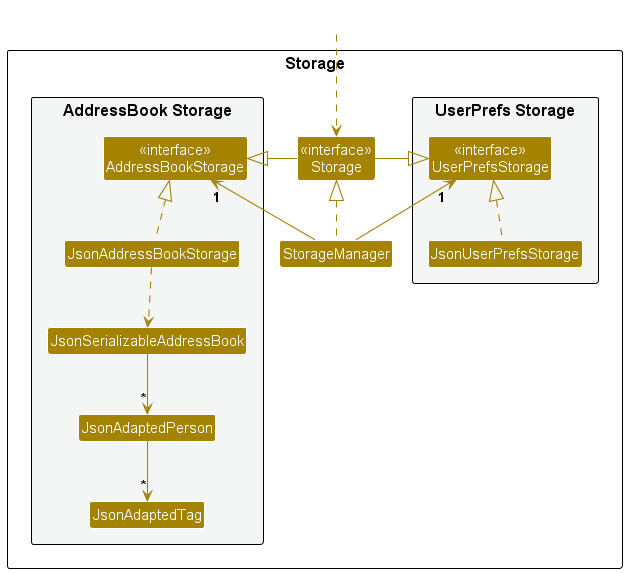
Before: docs/images/StorageClassDiagram.png, a diagram exported from PlantUML (nus-cs2103-AY2425S1/tp).
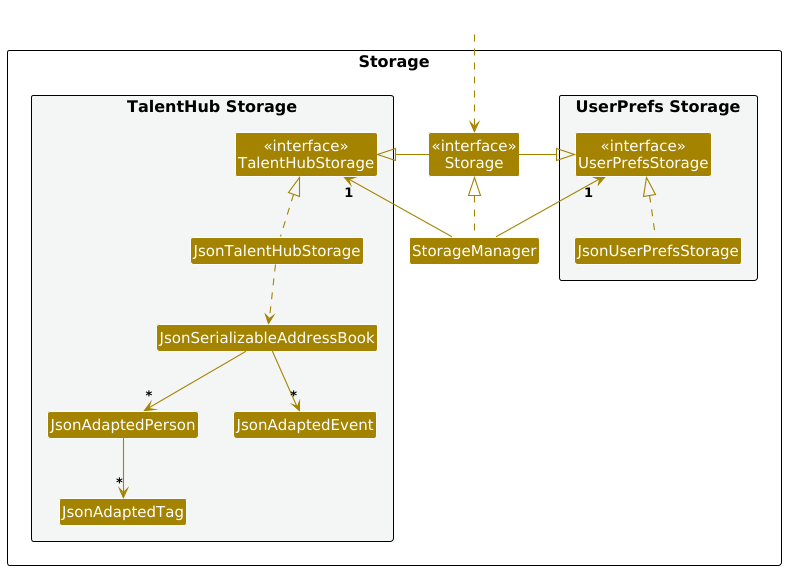
The same diagram one commit later.

Commit message:
Update storage uml diagram

Diff of the diagram source:
```diff
@@ -14,12 +14,13 @@
 Class "<<interface>>\nStorage" as Storage
 Class StorageManager
 
-package "AddressBook Storage" #F4F6F6{
-Class "<<interface>>\nAddressBookStorage" as AddressBookStorage
-Class JsonAddressBookStorage
+package "TalentHub Storage" #F4F6F6{
+Class "<<interface>>\nTalentHubStorage" as TalentHubStorage
+Class JsonTalentHubStorage
 Class JsonSerializableAddressBook
 Class JsonAdaptedPerson
 Class JsonAdaptedTag
+Class JsonAdaptedEvent
 }
 
 }
@@ -29,15 +30,16 @@
 
 StorageManager .up.|> Storage
 StorageManager -up-> "1" UserPrefsStorage
-StorageManager -up-> "1" AddressBookStorage
+StorageManager -up-> "1" TalentHubStorage
 
 Storage -left-|> UserPrefsStorage
-Storage -right-|> AddressBookStorage
+Storage -right-|> TalentHubStorage
 
 JsonUserPrefsStorage .up.|> UserPrefsStorage
-JsonAddressBookStorage .up.|> AddressBookStorage
-JsonAddressBookStorage ..> JsonSerializableAddressBook
+JsonTalentHubStorage .up.|> TalentHubStorage
+JsonTalentHubStorage ..> JsonSerializableAddressBook
 JsonSerializableAddressBook --> "*" JsonAdaptedPerson
 JsonAdaptedPerson --> "*" JsonAdaptedTag
+JsonSerializableAddressBook --> "*" JsonAdaptedEvent
 
 @enduml
```
